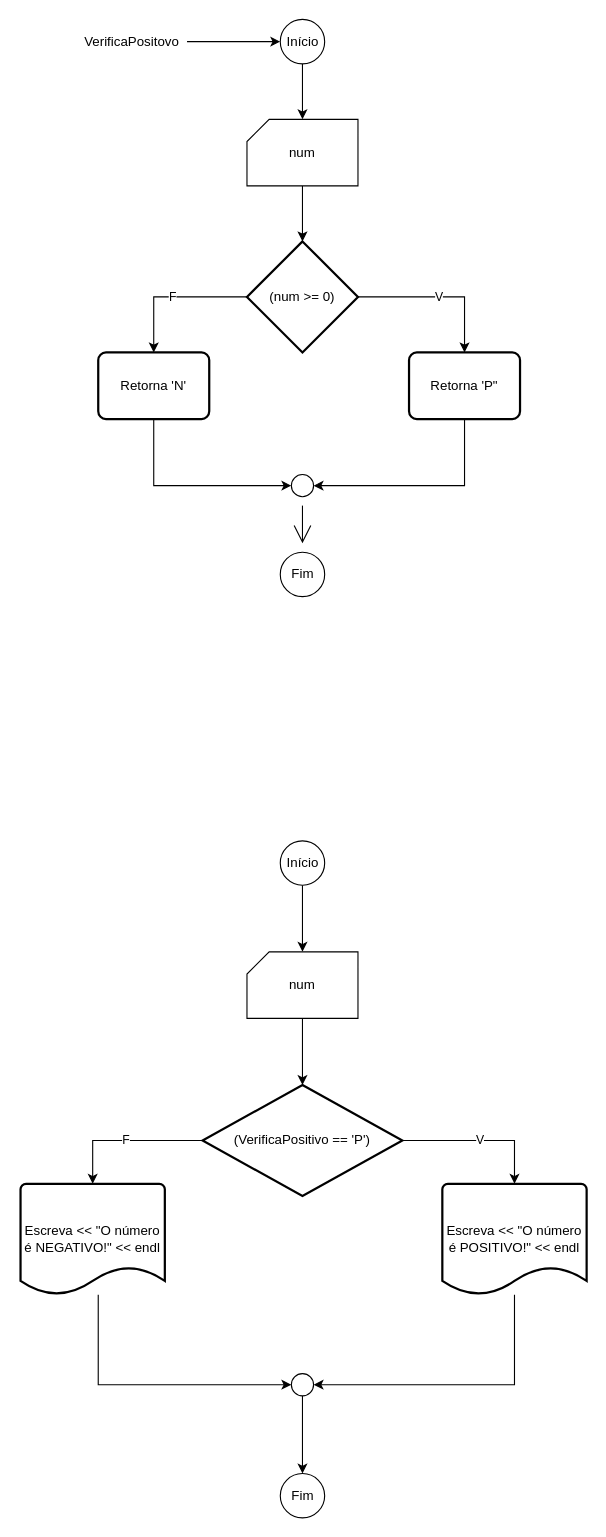
This is LOG1/Funcoes/Diagramas/exemplo5Funcoes.drawio from Marchinner/Faculdade, a draw.io file, before an edit. Source tidied: cells renumbered, new cells numbered last; positions are measured from the earlier drawing's top-left corner, leaving out a move shared by most shapes. Both pictures are drawn from the tidied source at 111%, with x=0, y=0 at pixel (20, 19).
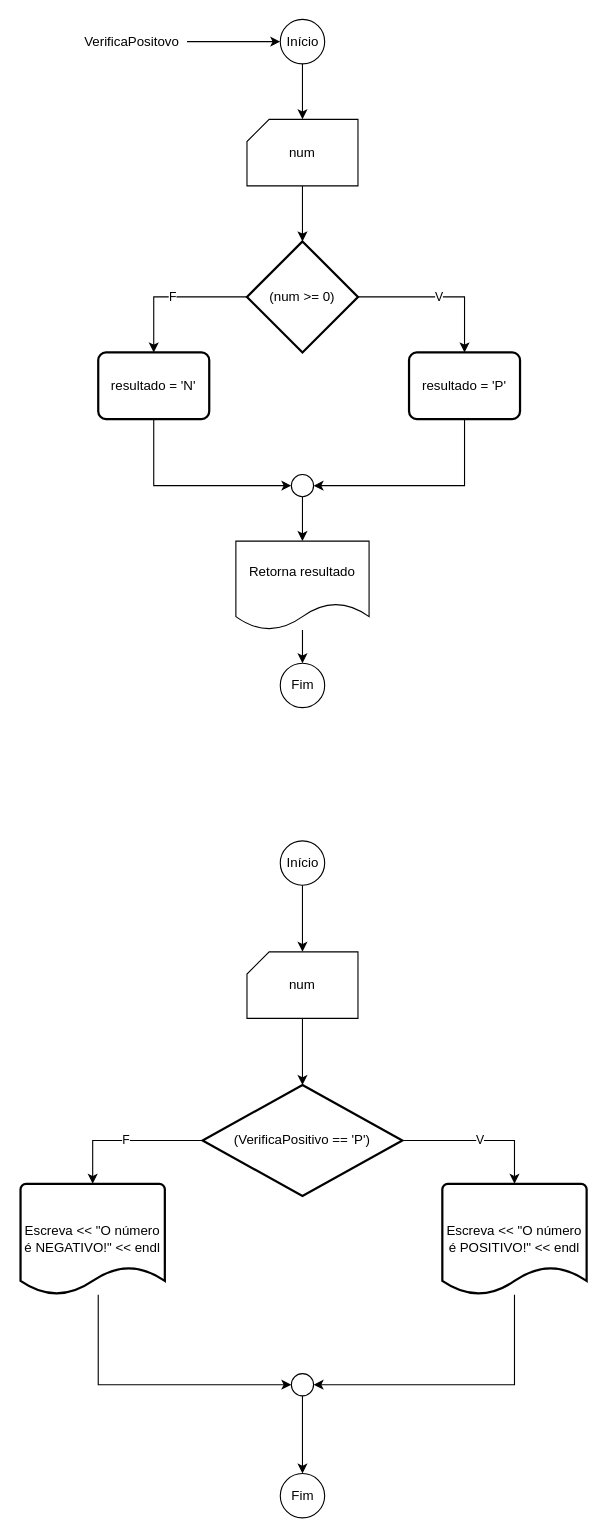
Above is the later version.

Commit message (it also covers changes not shown here):
Feito exercício 1 da lista de função e o exemplo 5

Unchanged cells that the change refers to:
```xml
<mxCell id="16" style="verticalLabelPosition=bottom;verticalAlign=top;html=1;shape=mxgraph.flowchart.on-page_reference;" parent="1" vertex="1">
  <mxGeometry x="244" y="410" width="20" height="20" as="geometry" />
</mxCell>
```

The edit, as a diff of the source:
```diff
@@
-    <mxCell id="12" value="Retorna 'P&quot;" style="rounded=1;whiteSpace=wrap;html=1;absoluteArcSize=1;arcSize=14;strokeWidth=2;" parent="1" vertex="1">
+    <mxCell id="12" value="resultado = 'P'" style="rounded=1;whiteSpace=wrap;html=1;absoluteArcSize=1;arcSize=14;strokeWidth=2;" parent="1" vertex="1">
       <mxGeometry x="350" y="300" width="100" height="60" as="geometry" />
     </mxCell>
@@
-    <mxCell id="14" value="Retorna 'N'" style="rounded=1;whiteSpace=wrap;html=1;absoluteArcSize=1;arcSize=14;strokeWidth=2;" parent="1" vertex="1">
+    <mxCell id="14" value="resultado = 'N'" style="rounded=1;whiteSpace=wrap;html=1;absoluteArcSize=1;arcSize=14;strokeWidth=2;" parent="1" vertex="1">
       <mxGeometry x="70" y="300" width="100" height="60" as="geometry" />
     </mxCell>
-    <mxCell id="15" style="edgeStyle=none;curved=1;rounded=0;jettySize=auto;html=1;endArrow=open;startSize=14;endSize=14;sourcePerimeterSpacing=8;targetPerimeterSpacing=8;" parent="1" edge="1" source="16" target="17">
-      <mxGeometry relative="1" as="geometry" />
-    </mxCell>
+    <mxCell id="32" style="edgeStyle=orthogonalEdgeStyle;rounded=0;jettySize=auto;html=1;" parent="1" edge="1" source="16" target="34">
+      <mxGeometry relative="1" as="geometry" />
+    </mxCell>
@@
     <mxCell id="17" value="Fim" style="verticalLabelPosition=middle;verticalAlign=middle;html=1;shape=mxgraph.flowchart.on-page_reference;labelPosition=center;align=center;" parent="1" vertex="1">
-      <mxGeometry x="234" y="480" width="40" height="40" as="geometry" />
+      <mxGeometry x="234" y="580" width="40" height="40" as="geometry" />
     </mxCell>
@@
+    <mxCell id="33" style="edgeStyle=orthogonalEdgeStyle;rounded=0;jettySize=auto;html=1;" parent="1" edge="1" source="34" target="17">
+      <mxGeometry relative="1" as="geometry" />
+    </mxCell>
+    <mxCell id="34" value="Retorna resultado" style="shape=document;whiteSpace=wrap;html=1;boundedLbl=1;" parent="1" vertex="1">
+      <mxGeometry x="194" y="470" width="120" height="80" as="geometry" />
+    </mxCell>
```
